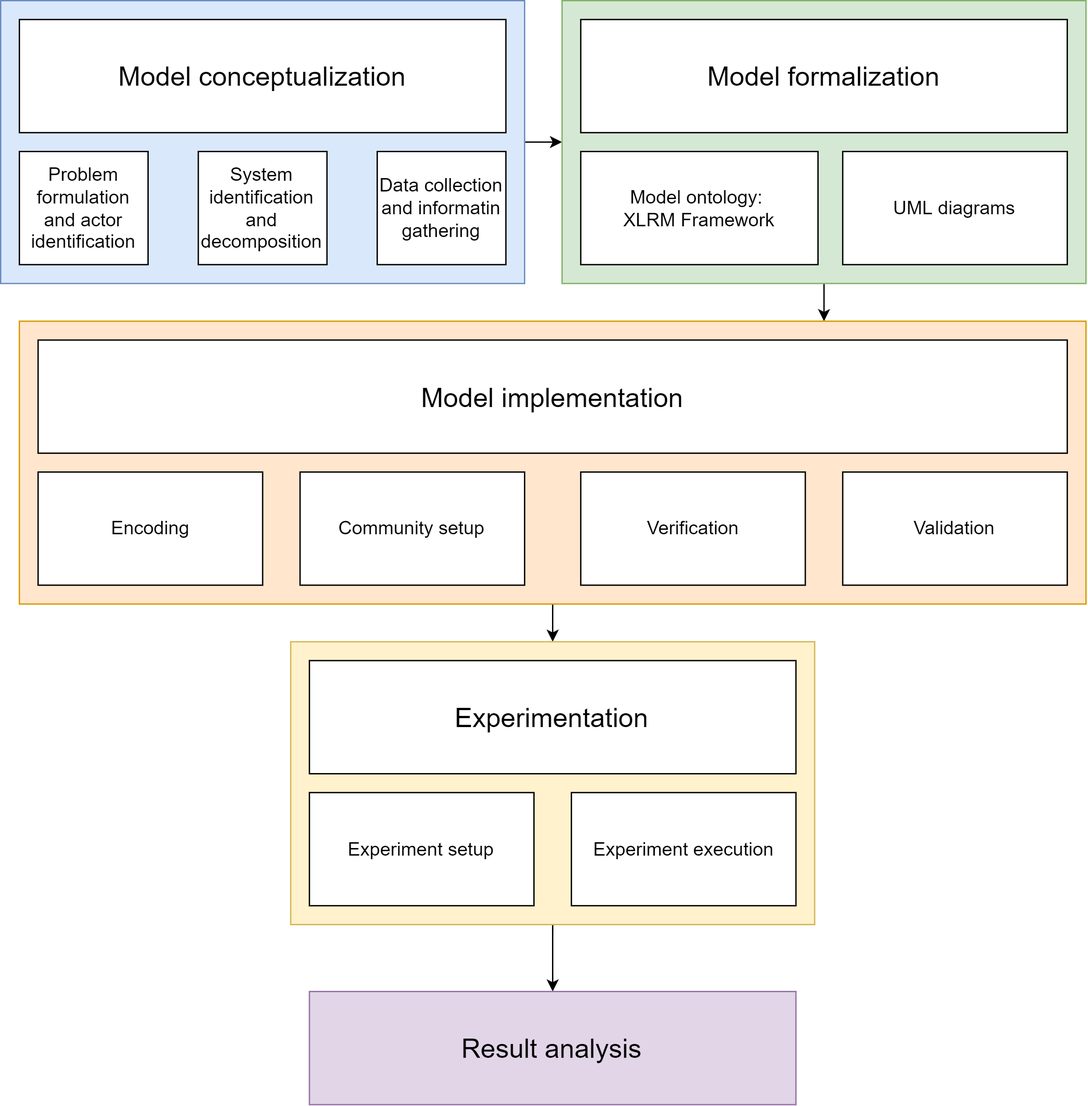
SoniAnmol/Modelling-Dutch-Energy-Communities keeps this draw.io diagram as images/Model-modelling-steps.drawio.png. Above is the earlier version. Source tidied: cells renumbered, new cells last; positions are measured from the earlier drawing's top-left corner, leaving out a move shared by most shapes.
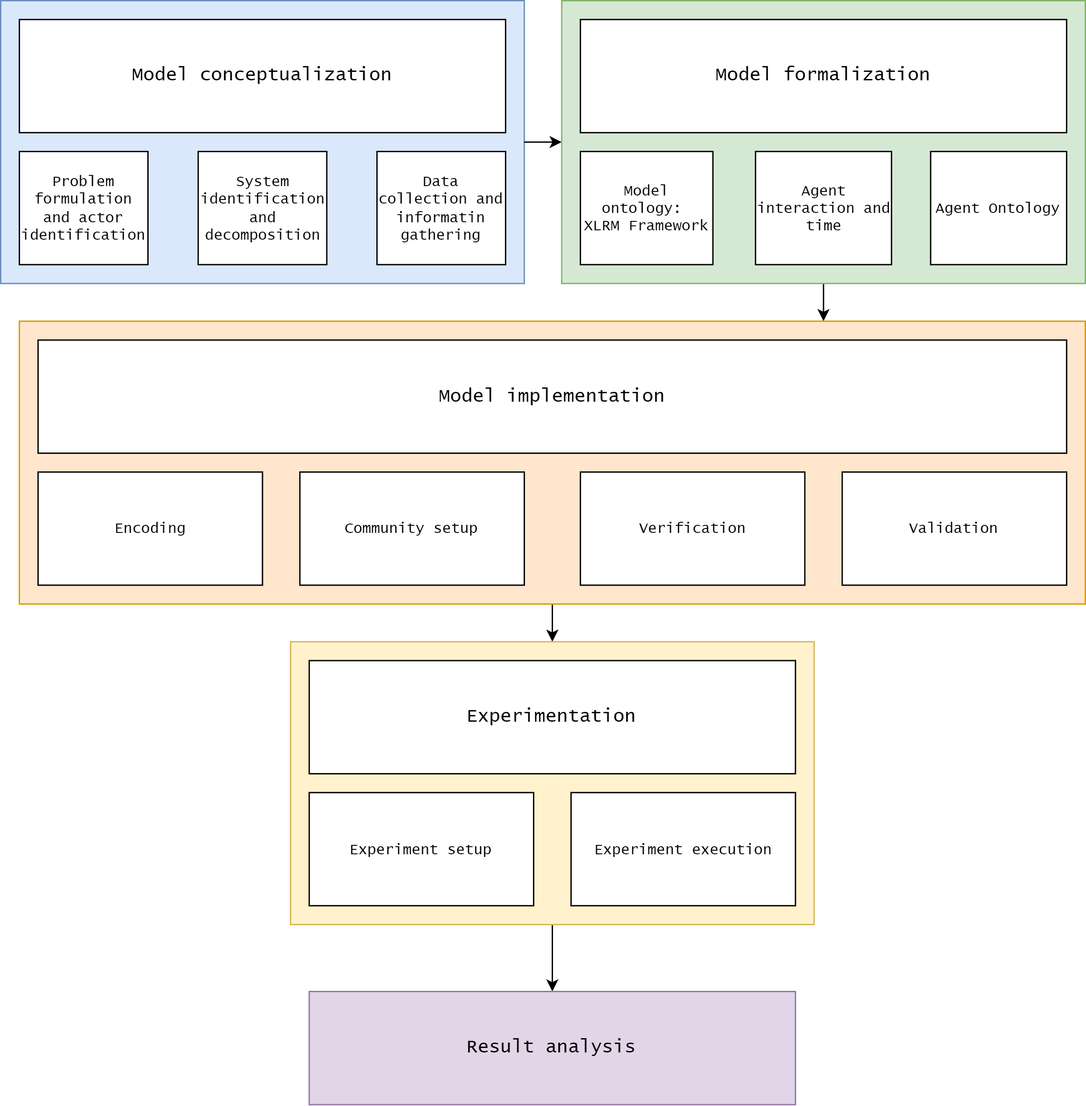
Above is the later version.

The edit, as a diff of the source:
```diff
@@ -2,79 +2,82 @@
   <root>
     <mxCell id="0" />
     <mxCell id="1" parent="0" />
+    <mxCell id="9" style="rounded=0;whiteSpace=wrap;html=1;fillColor=#dae8fc;strokeColor=#6c8ebf;fontSize=11;fontFamily=Lucida Console;" parent="1" vertex="1">
+      <mxGeometry width="391" height="211.2" as="geometry" />
+    </mxCell>
-    <mxCell id="2" style="edgeStyle=orthogonalEdgeStyle;rounded=0;jettySize=auto;html=1;exitX=1;exitY=0.5;exitDx=0;exitDy=0;entryX=0;entryY=0.5;entryDx=0;entryDy=0;fontSize=14;" parent="1" edge="1" source="9" target="5">
+    <mxCell id="2" style="edgeStyle=orthogonalEdgeStyle;rounded=0;jettySize=auto;html=1;exitX=1;exitY=0.5;exitDx=0;exitDy=0;entryX=0;entryY=0.5;entryDx=0;entryDy=0;fontSize=11;fontFamily=Lucida Console;" parent="1" edge="1" source="9" target="5">
       <mxGeometry relative="1" as="geometry" />
     </mxCell>
-    <mxCell id="3" style="rounded=0;jettySize=auto;html=1;exitX=0.5;exitY=1;exitDx=0;exitDy=0;fontSize=14;" parent="1" edge="1" source="5">
+    <mxCell id="3" style="rounded=0;jettySize=auto;html=1;exitX=0.5;exitY=1;exitDx=0;exitDy=0;fontSize=11;fontFamily=Lucida Console;" parent="1" edge="1" source="5">
       <mxGeometry relative="1" as="geometry">
         <mxPoint x="614.5" y="239.4" as="targetPoint" />
       </mxGeometry>
     </mxCell>
-    <mxCell id="4" style="edgeStyle=none;rounded=0;jettySize=auto;html=1;exitX=0.5;exitY=1;exitDx=0;exitDy=0;entryX=0.5;entryY=0;entryDx=0;entryDy=0;fontSize=14;" parent="1" edge="1" source="13" target="20">
+    <mxCell id="4" style="edgeStyle=none;rounded=0;jettySize=auto;html=1;exitX=0.5;exitY=1;exitDx=0;exitDy=0;entryX=0.5;entryY=0;entryDx=0;entryDy=0;fontSize=11;fontFamily=Lucida Console;" parent="1" edge="1" source="13" target="20">
       <mxGeometry relative="1" as="geometry" />
     </mxCell>
-    <mxCell id="5" style="rounded=0;whiteSpace=wrap;html=1;fillColor=#d5e8d4;strokeColor=#82b366;fontSize=14;" parent="1" vertex="1">
+    <mxCell id="5" style="rounded=0;whiteSpace=wrap;html=1;fillColor=#d5e8d4;strokeColor=#82b366;fontSize=11;fontFamily=Lucida Console;" parent="1" vertex="1">
       <mxGeometry x="419" width="391" height="211.2" as="geometry" />
     </mxCell>
-    <mxCell id="6" value="Model formalization" style="rounded=0;whiteSpace=wrap;html=1;fontSize=20;" parent="1" vertex="1">
+    <mxCell id="6" value="Model formalization" style="rounded=0;whiteSpace=wrap;html=1;fontSize=14;fontFamily=Lucida Console;" parent="1" vertex="1">
       <mxGeometry x="432.9" y="14.1" width="363.1" height="84.5" as="geometry" />
     </mxCell>
-    <mxCell id="7" value="Model ontology: &lt;br&gt;XLRM Framework" style="rounded=0;whiteSpace=wrap;html=1;fontSize=14;" parent="1" vertex="1">
-      <mxGeometry x="432.9" y="112.7" width="177.1" height="84.5" as="geometry" />
+    <mxCell id="7" value="Model ontology: &lt;br style=&quot;font-size: 11px;&quot;&gt;XLRM Framework" style="rounded=0;whiteSpace=wrap;html=1;fontSize=11;fontFamily=Lucida Console;" parent="1" vertex="1">
+      <mxGeometry x="432.9" y="112.7" width="99" height="84.5" as="geometry" />
     </mxCell>
-    <mxCell id="8" value="UML diagrams" style="rounded=0;whiteSpace=wrap;html=1;fontSize=14;" parent="1" vertex="1">
-      <mxGeometry x="628.4" y="112.7" width="167.6" height="84.5" as="geometry" />
+    <mxCell id="8" value="Agent interaction and time" style="rounded=0;whiteSpace=wrap;html=1;fontSize=11;fontFamily=Lucida Console;" parent="1" vertex="1">
+      <mxGeometry x="563.7" y="112.7" width="101.5" height="84.5" as="geometry" />
     </mxCell>
-    <mxCell id="9" style="rounded=0;whiteSpace=wrap;html=1;fillColor=#dae8fc;strokeColor=#6c8ebf;fontSize=14;" parent="1" vertex="1">
-      <mxGeometry width="391" height="211.2" as="geometry" />
-    </mxCell>
-    <mxCell id="10" value="Problem formulation and actor identification" style="rounded=0;whiteSpace=wrap;html=1;fontSize=14;" parent="1" vertex="1">
+    <mxCell id="10" value="Problem formulation and actor identification" style="rounded=0;whiteSpace=wrap;html=1;fontSize=11;fontFamily=Lucida Console;" parent="1" vertex="1">
       <mxGeometry x="14" y="112.7" width="96" height="84.5" as="geometry" />
     </mxCell>
-    <mxCell id="11" value="System identification and decomposition" style="rounded=0;whiteSpace=wrap;html=1;fontSize=14;" parent="1" vertex="1">
+    <mxCell id="11" value="System identification and decomposition" style="rounded=0;whiteSpace=wrap;html=1;fontSize=11;fontFamily=Lucida Console;" parent="1" vertex="1">
       <mxGeometry x="147.5" y="112.7" width="96" height="84.5" as="geometry" />
     </mxCell>
-    <mxCell id="12" value="&lt;font style=&quot;font-size: 20px;&quot;&gt;Model conceptualization&lt;/font&gt;" style="rounded=0;whiteSpace=wrap;html=1;fontSize=20;" parent="1" vertex="1">
+    <mxCell id="12" value="&lt;font style=&quot;font-size: 14px;&quot;&gt;Model conceptualization&lt;/font&gt;" style="rounded=0;whiteSpace=wrap;html=1;fontSize=14;fontFamily=Lucida Console;" parent="1" vertex="1">
       <mxGeometry x="14" y="14.1" width="363.1" height="84.5" as="geometry" />
     </mxCell>
-    <mxCell id="13" style="rounded=0;whiteSpace=wrap;html=1;fillColor=#ffe6cc;strokeColor=#d79b00;fontSize=14;" parent="1" vertex="1">
+    <mxCell id="13" style="rounded=0;whiteSpace=wrap;html=1;fillColor=#ffe6cc;strokeColor=#d79b00;fontSize=11;fontFamily=Lucida Console;" parent="1" vertex="1">
       <mxGeometry x="14" y="239.4" width="796" height="211.2" as="geometry" />
     </mxCell>
-    <mxCell id="14" value="Encoding" style="rounded=0;whiteSpace=wrap;html=1;fontSize=14;" parent="1" vertex="1">
+    <mxCell id="14" value="Encoding" style="rounded=0;whiteSpace=wrap;html=1;fontSize=11;fontFamily=Lucida Console;" parent="1" vertex="1">
       <mxGeometry x="27.9" y="352" width="167.6" height="84.5" as="geometry" />
     </mxCell>
-    <mxCell id="15" value="Community setup" style="rounded=0;whiteSpace=wrap;html=1;fontSize=14;" parent="1" vertex="1">
+    <mxCell id="15" value="Community setup" style="rounded=0;whiteSpace=wrap;html=1;fontSize=11;fontFamily=Lucida Console;" parent="1" vertex="1">
       <mxGeometry x="223.4" y="352" width="167.6" height="84.5" as="geometry" />
     </mxCell>
-    <mxCell id="16" value="Model implementation" style="rounded=0;whiteSpace=wrap;html=1;fontSize=20;" parent="1" vertex="1">
+    <mxCell id="16" value="Model implementation" style="rounded=0;whiteSpace=wrap;html=1;fontSize=14;fontFamily=Lucida Console;" parent="1" vertex="1">
       <mxGeometry x="27.9" y="253.5" width="768.1" height="84.5" as="geometry" />
     </mxCell>
-    <mxCell id="17" value="Verification" style="rounded=0;whiteSpace=wrap;html=1;fontSize=14;" parent="1" vertex="1">
+    <mxCell id="17" value="Verification" style="rounded=0;whiteSpace=wrap;html=1;fontSize=11;fontFamily=Lucida Console;" parent="1" vertex="1">
       <mxGeometry x="432.9" y="352" width="167.6" height="84.5" as="geometry" />
     </mxCell>
-    <mxCell id="18" value="Validation" style="rounded=0;whiteSpace=wrap;html=1;fontSize=14;" parent="1" vertex="1">
+    <mxCell id="18" value="Validation" style="rounded=0;whiteSpace=wrap;html=1;fontSize=11;fontFamily=Lucida Console;" parent="1" vertex="1">
       <mxGeometry x="628.4" y="352" width="167.6" height="84.5" as="geometry" />
     </mxCell>
-    <mxCell id="19" style="edgeStyle=orthogonalEdgeStyle;curved=1;rounded=0;jettySize=auto;html=1;entryX=0.5;entryY=0;entryDx=0;entryDy=0;fontSize=12;" parent="1" edge="1" source="20" target="25">
+    <mxCell id="19" style="edgeStyle=orthogonalEdgeStyle;curved=1;rounded=0;jettySize=auto;html=1;entryX=0.5;entryY=0;entryDx=0;entryDy=0;fontSize=11;fontFamily=Lucida Console;" parent="1" edge="1" source="20" target="25">
       <mxGeometry relative="1" as="geometry" />
     </mxCell>
-    <mxCell id="20" style="rounded=0;whiteSpace=wrap;html=1;fillColor=#fff2cc;strokeColor=#d6b656;fontSize=14;" parent="1" vertex="1">
+    <mxCell id="20" style="rounded=0;whiteSpace=wrap;html=1;fillColor=#fff2cc;strokeColor=#d6b656;fontSize=11;fontFamily=Lucida Console;" parent="1" vertex="1">
       <mxGeometry x="216.5" y="478.8" width="391" height="211.2" as="geometry" />
     </mxCell>
-    <mxCell id="21" value="Experiment setup" style="rounded=0;whiteSpace=wrap;html=1;fontSize=14;" parent="1" vertex="1">
+    <mxCell id="21" value="Experiment setup" style="rounded=0;whiteSpace=wrap;html=1;fontSize=11;fontFamily=Lucida Console;" parent="1" vertex="1">
       <mxGeometry x="230.4" y="591.4" width="167.6" height="84.5" as="geometry" />
     </mxCell>
-    <mxCell id="22" value="Experiment execution" style="rounded=0;whiteSpace=wrap;html=1;fontSize=14;" parent="1" vertex="1">
+    <mxCell id="22" value="Experiment execution" style="rounded=0;whiteSpace=wrap;html=1;fontSize=11;fontFamily=Lucida Console;" parent="1" vertex="1">
       <mxGeometry x="425.9" y="591.4" width="167.6" height="84.5" as="geometry" />
     </mxCell>
-    <mxCell id="23" value="Experimentation" style="rounded=0;whiteSpace=wrap;html=1;fontSize=20;" parent="1" vertex="1">
+    <mxCell id="23" value="Experimentation" style="rounded=0;whiteSpace=wrap;html=1;fontSize=14;fontFamily=Lucida Console;" parent="1" vertex="1">
       <mxGeometry x="230.4" y="492.9" width="363.1" height="84.5" as="geometry" />
     </mxCell>
-    <mxCell id="24" value="Data collection and informatin gathering" style="rounded=0;whiteSpace=wrap;html=1;fontSize=14;" parent="1" vertex="1">
+    <mxCell id="24" value="Data collection and informatin gathering" style="rounded=0;whiteSpace=wrap;html=1;fontSize=11;fontFamily=Lucida Console;" parent="1" vertex="1">
       <mxGeometry x="281" y="112.7" width="96" height="84.5" as="geometry" />
     </mxCell>
-    <mxCell id="25" value="Result analysis" style="rounded=0;whiteSpace=wrap;html=1;fontSize=20;fillColor=#e1d5e7;strokeColor=#9673a6;" parent="1" vertex="1">
+    <mxCell id="25" value="Result analysis" style="rounded=0;whiteSpace=wrap;html=1;fontSize=14;fillColor=#e1d5e7;strokeColor=#9673a6;fontFamily=Lucida Console;" parent="1" vertex="1">
       <mxGeometry x="230.4" y="740" width="363.1" height="84.5" as="geometry" />
     </mxCell>
+    <mxCell id="26" value="Agent Ontology" style="rounded=0;whiteSpace=wrap;html=1;fontSize=11;fontFamily=Lucida Console;" parent="1" vertex="1">
+      <mxGeometry x="694.5" y="112.7" width="101.5" height="84.5" as="geometry" />
+    </mxCell>
   </root>
 </mxGraphModel>
```
